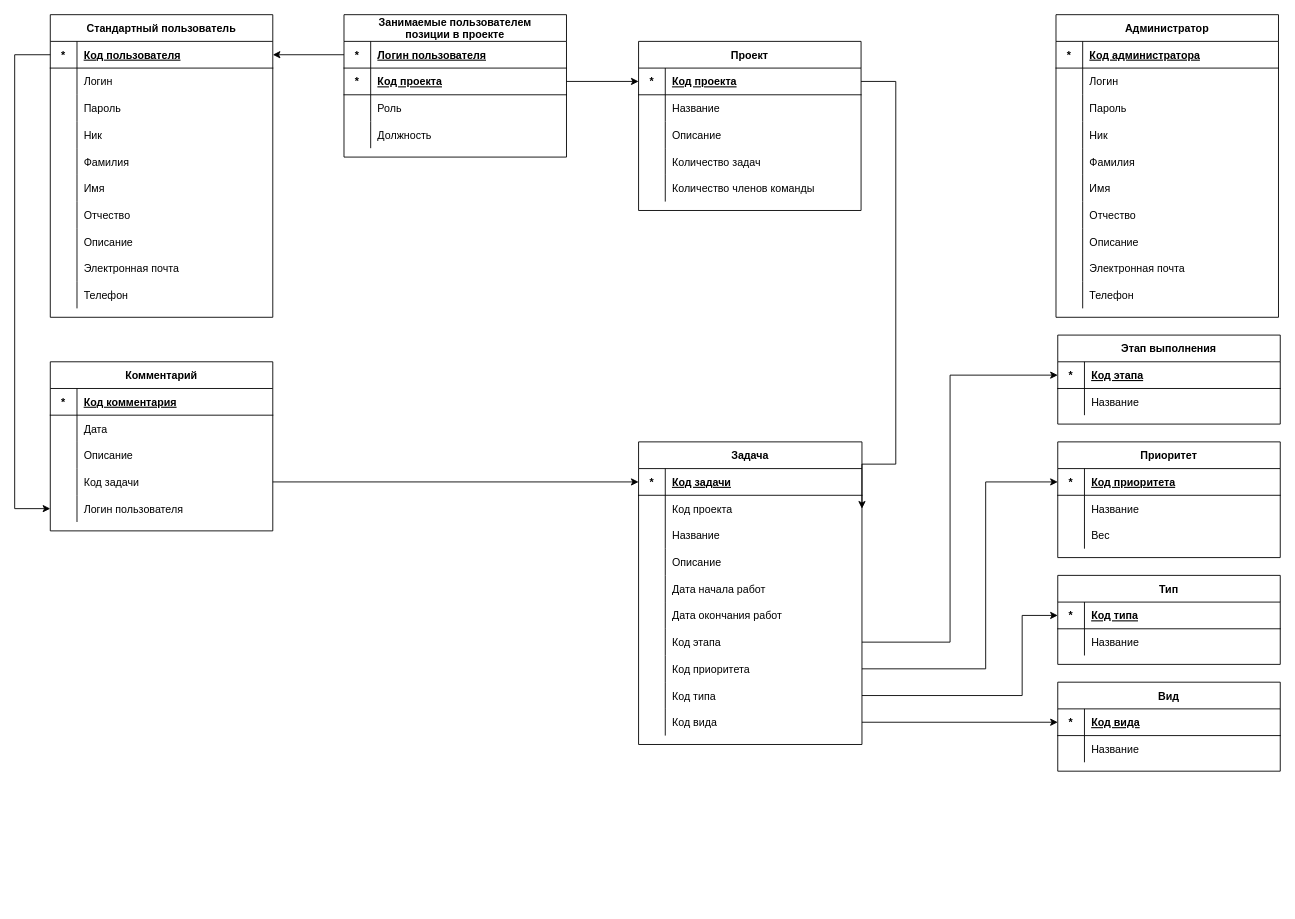
Before: doc/relational.drawio in UlrixSingle/task-manager-suai-23, a draw.io diagram. Source tidied: cells renumbered, new cells numbered last; positions are measured from the earlier drawing's top-left corner, leaving out a move shared by most shapes. Both pictures are drawn from the tidied source at 89%, with x=0, y=0 at pixel (14, 14).
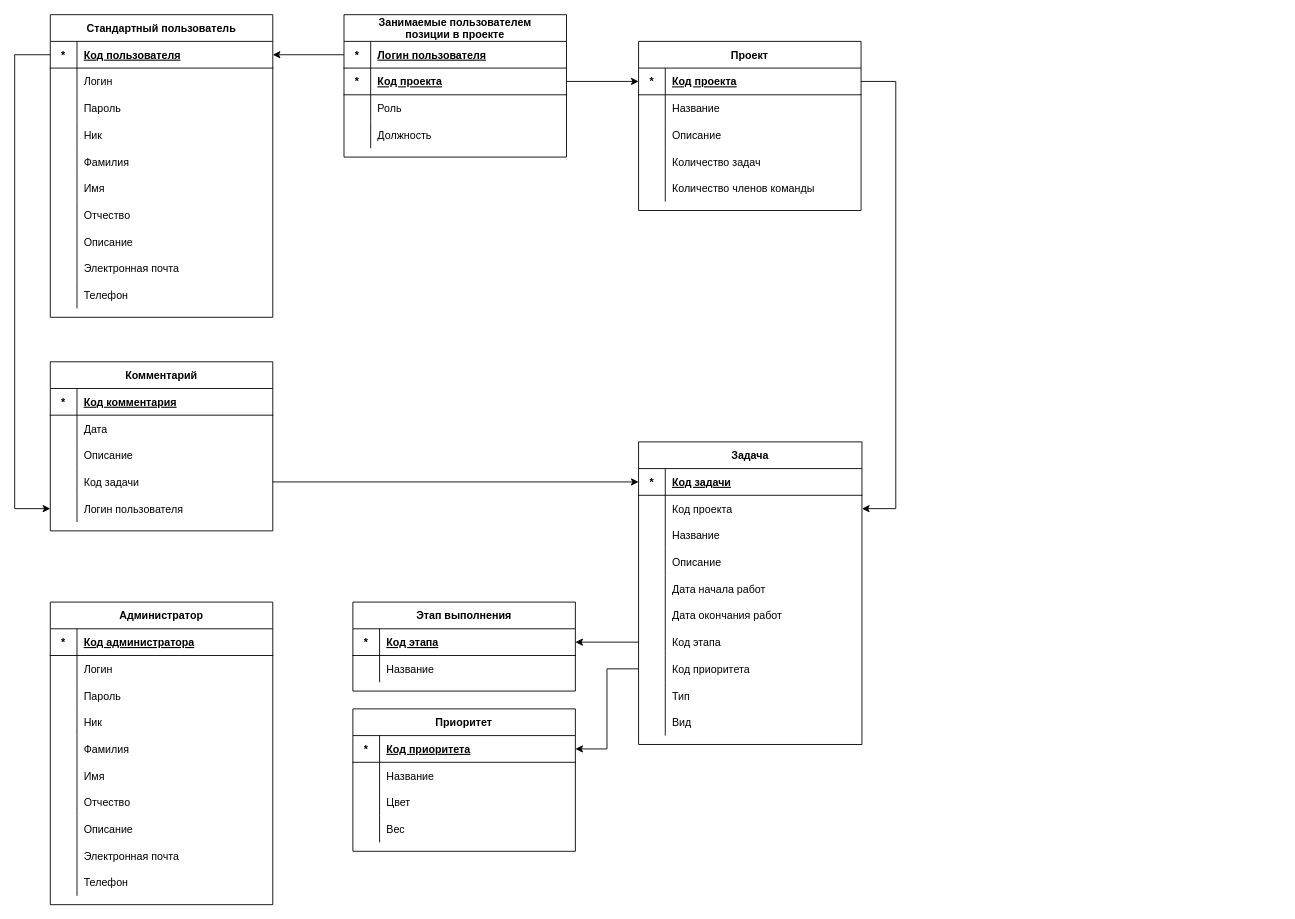
The same page after the edit.

The change refers to these unchanged cells:
```xml
<mxCell id="3" style="shape=partialRectangle;fillColor=none;points=[[0,0.5],[1,0.5]];portConstraint=eastwest;top=0;left=0;right=0;bottom=1;" parent="2" vertex="1">
  <mxGeometry y="30" width="250" height="30" as="geometry" />
</mxCell>
<mxCell id="33" style="shape=partialRectangle;fillColor=none;points=[[0,0.5],[1,0.5]];portConstraint=eastwest;top=0;left=0;right=0;bottom=1;" parent="32" vertex="1">
  <mxGeometry y="30" width="250" height="30" as="geometry" />
</mxCell>
<mxCell id="43" style="shape=partialRectangle;fillColor=none;points=[[0,0.5],[1,0.5]];portConstraint=eastwest;top=0;left=0;right=0;bottom=1;" parent="42" vertex="1">
  <mxGeometry y="30" width="250" height="30" as="geometry" />
</mxCell>
<mxCell id="53" style="shape=partialRectangle;fillColor=none;points=[[0,0.5],[1,0.5]];portConstraint=eastwest;top=0;left=0;right=0;bottom=0;" parent="49" vertex="1">
  <mxGeometry y="60" width="251" height="30" as="geometry" />
</mxCell>
<mxCell id="68" style="shape=partialRectangle;fillColor=none;points=[[0,0.5],[1,0.5]];portConstraint=eastwest;top=0;left=0;right=0;bottom=0;" parent="49" vertex="1">
  <mxGeometry y="210" width="251" height="30" as="geometry" />
</mxCell>
<mxCell id="71" style="shape=partialRectangle;fillColor=none;points=[[0,0.5],[1,0.5]];portConstraint=eastwest;top=0;left=0;right=0;bottom=0;" parent="49" vertex="1">
  <mxGeometry y="240" width="251" height="30" as="geometry" />
</mxCell>
<mxCell id="74" style="shape=partialRectangle;fillColor=none;points=[[0,0.5],[1,0.5]];portConstraint=eastwest;top=0;left=0;right=0;bottom=0;" parent="49" vertex="1">
  <mxGeometry y="270" width="251" height="30" as="geometry" />
</mxCell>
<mxCell id="77" style="shape=partialRectangle;fillColor=none;points=[[0,0.5],[1,0.5]];portConstraint=eastwest;top=0;left=0;right=0;bottom=0;" parent="49" vertex="1">
  <mxGeometry y="300" width="251" height="30" as="geometry" />
</mxCell>
```

The edit, as a diff of the source:
```diff
@@
-    <mxCell id="18" value="Вид" style="shape=table;startSize=30;childLayout=tableLayout;rowLines=0;fontStyle=1;align=center;" parent="1" vertex="1">
-      <mxGeometry x="1172" y="750" width="250" height="100" as="geometry" />
-    </mxCell>
-    <mxCell id="19" style="shape=partialRectangle;fillColor=none;points=[[0,0.5],[1,0.5]];portConstraint=eastwest;top=0;left=0;right=0;bottom=1;" parent="18" vertex="1">
-      <mxGeometry y="30" width="250" height="30" as="geometry" />
-    </mxCell>
-    <mxCell id="20" value="*" style="shape=partialRectangle;overflow=hidden;fillColor=none;top=0;left=0;bottom=0;right=0;fontStyle=1;" parent="19" vertex="1">
-      <mxGeometry width="30" height="30" as="geometry" />
-    </mxCell>
-    <mxCell id="21" value="Код вида" style="shape=partialRectangle;overflow=hidden;fillColor=none;top=0;left=0;bottom=0;right=0;align=left;spacingLeft=6;fontStyle=5;" parent="19" vertex="1">
-      <mxGeometry x="30" width="220" height="30" as="geometry" />
-    </mxCell>
-    <mxCell id="22" style="shape=partialRectangle;fillColor=none;top=0;left=0;right=0;bottom=0;" parent="18" vertex="1">
-      <mxGeometry y="60" width="250" height="30" as="geometry" />
-    </mxCell>
-    <mxCell id="23" style="shape=partialRectangle;overflow=hidden;fillColor=none;top=0;left=0;bottom=0;right=0;" parent="22" vertex="1">
-      <mxGeometry width="30" height="30" as="geometry" />
-    </mxCell>
-    <mxCell id="24" value="Название" style="shape=partialRectangle;overflow=hidden;fillColor=none;top=0;left=0;bottom=0;right=0;align=left;spacingLeft=6;" parent="22" vertex="1">
-      <mxGeometry x="30" width="220" height="30" as="geometry" />
-    </mxCell>
-    <mxCell id="25" value="Тип" style="shape=table;startSize=30;childLayout=tableLayout;rowLines=0;fontStyle=1;align=center;" parent="1" vertex="1">
-      <mxGeometry x="1172" y="630" width="250" height="100" as="geometry" />
-    </mxCell>
-    <mxCell id="26" style="shape=partialRectangle;fillColor=none;points=[[0,0.5],[1,0.5]];portConstraint=eastwest;top=0;left=0;right=0;bottom=1;" parent="25" vertex="1">
-      <mxGeometry y="30" width="250" height="30" as="geometry" />
-    </mxCell>
-    <mxCell id="27" value="*" style="shape=partialRectangle;overflow=hidden;fillColor=none;top=0;left=0;bottom=0;right=0;fontStyle=1;" parent="26" vertex="1">
-      <mxGeometry width="30" height="30" as="geometry" />
-    </mxCell>
-    <mxCell id="28" value="Код типа" style="shape=partialRectangle;overflow=hidden;fillColor=none;top=0;left=0;bottom=0;right=0;align=left;spacingLeft=6;fontStyle=5;" parent="26" vertex="1">
-      <mxGeometry x="30" width="220" height="30" as="geometry" />
-    </mxCell>
-    <mxCell id="29" style="shape=partialRectangle;fillColor=none;top=0;left=0;right=0;bottom=0;" parent="25" vertex="1">
-      <mxGeometry y="60" width="250" height="30" as="geometry" />
-    </mxCell>
-    <mxCell id="30" style="shape=partialRectangle;overflow=hidden;fillColor=none;top=0;left=0;bottom=0;right=0;" parent="29" vertex="1">
-      <mxGeometry width="30" height="30" as="geometry" />
-    </mxCell>
-    <mxCell id="31" value="Название" style="shape=partialRectangle;overflow=hidden;fillColor=none;top=0;left=0;bottom=0;right=0;align=left;spacingLeft=6;" parent="29" vertex="1">
-      <mxGeometry x="30" width="220" height="30" as="geometry" />
-    </mxCell>
     <mxCell id="32" value="Приоритет" style="shape=table;startSize=30;childLayout=tableLayout;rowLines=0;fontStyle=1;align=center;" parent="1" vertex="1">
-      <mxGeometry x="1172" y="480" width="250" height="130" as="geometry" />
+      <mxGeometry x="380" y="780" width="250" height="160" as="geometry" />
     </mxCell>
@@
+    <mxCell id="180" style="shape=partialRectangle;fillColor=none;top=0;left=0;right=0;bottom=0;" parent="32" vertex="1">
+      <mxGeometry y="90" width="250" height="30" as="geometry" />
+    </mxCell>
+    <mxCell id="181" style="shape=partialRectangle;overflow=hidden;fillColor=none;top=0;left=0;bottom=0;right=0;" parent="180" vertex="1">
+      <mxGeometry width="30" height="30" as="geometry" />
+    </mxCell>
+    <mxCell id="182" value="Цвет" style="shape=partialRectangle;overflow=hidden;fillColor=none;top=0;left=0;bottom=0;right=0;align=left;spacingLeft=6;" parent="180" vertex="1">
+      <mxGeometry x="30" width="220" height="30" as="geometry" />
+    </mxCell>
     <mxCell id="39" style="shape=partialRectangle;fillColor=none;top=0;left=0;right=0;bottom=0;" parent="32" vertex="1">
-      <mxGeometry y="90" width="250" height="30" as="geometry" />
+      <mxGeometry y="120" width="250" height="30" as="geometry" />
     </mxCell>
@@
     <mxCell id="42" value="Этап выполнения" style="shape=table;startSize=30;childLayout=tableLayout;rowLines=0;fontStyle=1;align=center;" parent="1" vertex="1">
-      <mxGeometry x="1172" y="360" width="250" height="100" as="geometry" />
+      <mxGeometry x="380" y="660" width="250" height="100" as="geometry" />
     </mxCell>
@@
-    <mxCell id="76" value="Код типа" style="shape=partialRectangle;overflow=hidden;fillColor=none;top=0;left=0;bottom=0;right=0;align=left;spacingLeft=6;" parent="74" vertex="1">
+    <mxCell id="76" value="Тип" style="shape=partialRectangle;overflow=hidden;fillColor=none;top=0;left=0;bottom=0;right=0;align=left;spacingLeft=6;" parent="74" vertex="1">
       <mxGeometry x="30" width="221" height="30" as="geometry" />
     </mxCell>
@@
-    <mxCell id="79" value="Код вида" style="shape=partialRectangle;overflow=hidden;fillColor=none;top=0;left=0;bottom=0;right=0;align=left;spacingLeft=6;" parent="77" vertex="1">
+    <mxCell id="79" value="Вид" style="shape=partialRectangle;overflow=hidden;fillColor=none;top=0;left=0;bottom=0;right=0;align=left;spacingLeft=6;" parent="77" vertex="1">
       <mxGeometry x="30" width="221" height="30" as="geometry" />
     </mxCell>
-    <mxCell id="80" style="edgeStyle=orthogonalEdgeStyle;rounded=0;jettySize=auto;html=1;exitX=1;exitY=0.5;exitDx=0;exitDy=0;entryX=0;entryY=0.5;entryDx=0;entryDy=0;startArrow=none;startFill=0;endArrow=classic;endFill=1;startSize=6;endSize=6;" parent="1" edge="1" source="68" target="43">
-      <mxGeometry relative="1" as="geometry">
-        <Array as="points">
-          <mxPoint x="1051" y="705" />
-          <mxPoint x="1051" y="405" />
-        </Array>
-      </mxGeometry>
-    </mxCell>
-    <mxCell id="81" style="edgeStyle=orthogonalEdgeStyle;rounded=0;jettySize=auto;html=1;exitX=1;exitY=0.5;exitDx=0;exitDy=0;entryX=0;entryY=0.5;entryDx=0;entryDy=0;startArrow=none;startFill=0;endArrow=classic;endFill=1;startSize=6;endSize=6;" parent="1" edge="1" source="71" target="33">
-      <mxGeometry relative="1" as="geometry">
-        <Array as="points">
-          <mxPoint x="1091" y="735" />
-          <mxPoint x="1091" y="525" />
-        </Array>
-      </mxGeometry>
-    </mxCell>
-    <mxCell id="82" style="edgeStyle=orthogonalEdgeStyle;rounded=0;jettySize=auto;html=1;exitX=1;exitY=0.5;exitDx=0;exitDy=0;entryX=0;entryY=0.5;entryDx=0;entryDy=0;startArrow=none;startFill=0;endArrow=classic;endFill=1;startSize=6;endSize=6;" parent="1" edge="1" source="74" target="26">
-      <mxGeometry relative="1" as="geometry">
-        <Array as="points">
-          <mxPoint x="1132" y="765" />
-          <mxPoint x="1132" y="675" />
-        </Array>
-      </mxGeometry>
-    </mxCell>
-    <mxCell id="83" style="edgeStyle=orthogonalEdgeStyle;rounded=0;jettySize=auto;html=1;exitX=1;exitY=0.5;exitDx=0;exitDy=0;startArrow=none;startFill=0;endArrow=classic;endFill=1;startSize=6;endSize=6;" parent="1" edge="1" source="77" target="19">
-      <mxGeometry relative="1" as="geometry" />
-    </mxCell>
@@
     <mxCell id="148" value="Администратор" style="shape=table;startSize=30;childLayout=tableLayout;rowLines=0;fontStyle=1;align=center;" parent="1" vertex="1">
-      <mxGeometry x="1170" width="250" height="340" as="geometry" />
+      <mxGeometry x="40" y="660" width="250" height="340" as="geometry" />
     </mxCell>
@@
     <mxCell id="179" style="edgeStyle=orthogonalEdgeStyle;rounded=0;jettySize=auto;html=1;exitX=1;exitY=0.5;exitDx=0;exitDy=0;entryX=1;entryY=0.5;entryDx=0;entryDy=0;startFill=0;endArrow=classic;endFill=1;startSize=6;endSize=6;" parent="1" edge="1" source="3" target="53">
       <mxGeometry relative="1" as="geometry">
         <Array as="points">
           <mxPoint x="990" y="75" />
-          <mxPoint x="990" y="505" />
+          <mxPoint x="990" y="555" />
         </Array>
       </mxGeometry>
     </mxCell>
+    <mxCell id="80" style="edgeStyle=orthogonalEdgeStyle;rounded=0;jettySize=auto;html=1;exitX=0;exitY=0.5;exitDx=0;exitDy=0;entryX=1;entryY=0.5;entryDx=0;entryDy=0;" parent="1" edge="1" source="68" target="43">
+      <mxGeometry relative="1" as="geometry" />
+    </mxCell>
+    <mxCell id="81" style="edgeStyle=orthogonalEdgeStyle;rounded=0;jettySize=auto;html=1;exitX=0;exitY=0.5;exitDx=0;exitDy=0;entryX=1;entryY=0.5;entryDx=0;entryDy=0;" parent="1" edge="1" source="71" target="33">
+      <mxGeometry relative="1" as="geometry" />
+    </mxCell>
```
